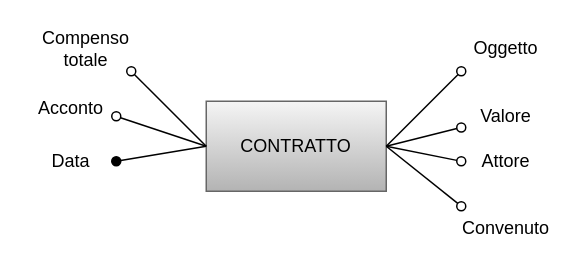
Above: DiagrammaER_Contratto.drawio in AndreaCiv/BasiDiDati (draw.io), before the change. Source tidied: cells renumbered, new cells numbered last; positions are measured from the earlier drawing's top-left corner, leaving out a move shared by most shapes. Both pictures are drawn from the tidied source at 150%, with x=0, y=0 at pixel (26, 26).
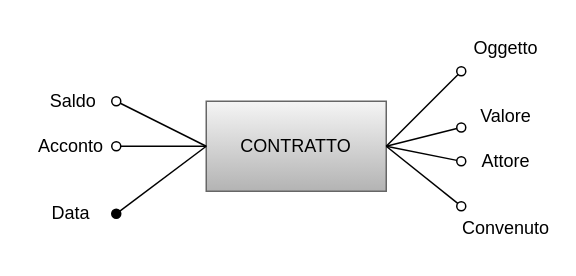
The same diagram, later.

Commit message (it also covers changes not shown here):
modifica contratto e cliente

eliminazione attributo compenso totale e aggiunta attributo numero contratti

The change refers to these unchanged cells:
```xml
<mxCell id="2" value="CONTRATTO" style="rounded=0;whiteSpace=wrap;html=1;fillColor=#f5f5f5;gradientColor=#b3b3b3;strokeColor=#666666;" parent="1" vertex="1">
  <mxGeometry x="120" y="50" width="120" height="60" as="geometry" />
</mxCell>
```

Diff of the diagram source:
```diff
@@
-    <mxCell id="11" style="endArrow=oval;html=1;rounded=0;endFill=0;exitX=0;exitY=0.5;exitDx=0;exitDy=0;" parent="1" edge="1" source="2">
-      <mxGeometry relative="1" as="geometry">
-        <mxPoint x="70" y="30" as="targetPoint" />
-      </mxGeometry>
-    </mxCell>
-    <mxCell id="12" value="Compenso&lt;br&gt;totale" style="text;html=1;strokeColor=none;fillColor=none;align=center;verticalAlign=middle;whiteSpace=wrap;rounded=0;" parent="1" vertex="1">
-      <mxGeometry x="10" width="60" height="30" as="geometry" />
-    </mxCell>
-    <mxCell id="13" style="endArrow=oval;html=1;rounded=0;endFill=0;exitX=0;exitY=0.5;exitDx=0;exitDy=0;" parent="1" edge="1" source="2">
-      <mxGeometry relative="1" as="geometry">
-        <mxPoint x="60" y="60" as="targetPoint" />
-      </mxGeometry>
+    <mxCell id="13" style="endArrow=oval;html=1;rounded=0;endFill=0;exitX=0;exitY=0.5;exitDx=0;exitDy=0;entryX=1;entryY=0.5;entryDx=0;entryDy=0;" parent="1" edge="1" source="2" target="14">
+      <mxGeometry relative="1" as="geometry" />
     </mxCell>
     <mxCell id="14" value="Acconto" style="text;html=1;strokeColor=none;fillColor=none;align=center;verticalAlign=middle;whiteSpace=wrap;rounded=0;" parent="1" vertex="1">
-      <mxGeometry y="40" width="60" height="30" as="geometry" />
+      <mxGeometry y="65" width="60" height="30" as="geometry" />
     </mxCell>
@@
     <mxCell id="16" value="Data" style="text;html=1;strokeColor=none;fillColor=none;align=center;verticalAlign=middle;whiteSpace=wrap;rounded=0;" parent="1" vertex="1">
-      <mxGeometry y="75" width="60" height="30" as="geometry" />
+      <mxGeometry y="110" width="60" height="30" as="geometry" />
     </mxCell>
+    <mxCell id="17" style="endArrow=oval;html=1;rounded=0;endFill=0;" parent="1" edge="1">
+      <mxGeometry relative="1" as="geometry">
+        <mxPoint x="120" y="80" as="sourcePoint" />
+        <mxPoint x="60" y="50" as="targetPoint" />
+      </mxGeometry>
+    </mxCell>
+    <mxCell id="18" value="&lt;font style=&quot;font-size: 12px&quot;&gt;Saldo&lt;/font&gt;" style="edgeLabel;html=1;align=center;verticalAlign=middle;" parent="17" vertex="1">
+      <mxGeometry x="0.17" relative="1" as="geometry">
+        <mxPoint x="-55" y="-13" as="offset" />
+      </mxGeometry>
+    </mxCell>
```
